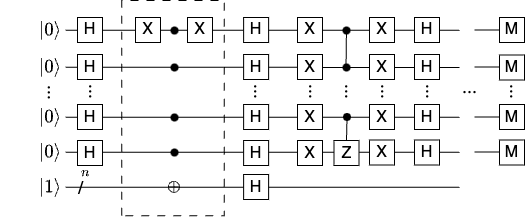
Before: assets/grovers.png, a diagram exported from draw.io (abrege11/quantum-algorithm-education). Source tidied: cells renumbered, new cells last; positions are measured from the earlier drawing's top-left corner, leaving out a move shared by most shapes.
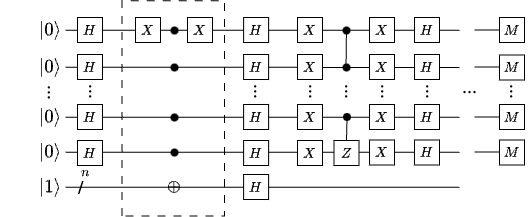
After the commit.

Diff of the diagram source:
```diff
@@ -50,22 +50,22 @@
     <mxCell id="13" value="&lt;font style=&quot;font-size: 20px;&quot;&gt;...&lt;/font&gt;" style="text;html=1;align=center;verticalAlign=top;strokeColor=none;fillColor=none;fontSize=20;strokeWidth=0;fontFamily=Times New Roman;rotation=-90;horizontal=1;" parent="1" vertex="1">
       <mxGeometry x="65" y="57" width="40" height="40" as="geometry" />
     </mxCell>
-    <mxCell id="14" value="&lt;font style=&quot;font-size: 16px;&quot;&gt;H&lt;/font&gt;" style="whiteSpace=wrap;html=1;" parent="1" vertex="1">
+    <mxCell id="14" value="$$H$$" style="whiteSpace=wrap;html=1;" parent="1" vertex="1">
       <mxGeometry x="77" y="39" width="25" height="25" as="geometry" />
     </mxCell>
-    <mxCell id="15" value="&lt;font style=&quot;font-size: 16px;&quot;&gt;H&lt;/font&gt;" style="whiteSpace=wrap;html=1;" parent="1" vertex="1">
+    <mxCell id="15" value="$$H$$" style="whiteSpace=wrap;html=1;" parent="1" vertex="1">
       <mxGeometry x="77" y="89" width="25" height="25" as="geometry" />
     </mxCell>
-    <mxCell id="16" value="&lt;font style=&quot;font-size: 16px;&quot;&gt;H&lt;/font&gt;" style="whiteSpace=wrap;html=1;" parent="1" vertex="1">
+    <mxCell id="16" value="$$H$$" style="whiteSpace=wrap;html=1;" parent="1" vertex="1">
       <mxGeometry x="77" y="125" width="25" height="25" as="geometry" />
     </mxCell>
-    <mxCell id="17" value="&lt;font style=&quot;font-size: 16px;&quot;&gt;M&lt;/font&gt;" style="whiteSpace=wrap;html=1;" parent="1" vertex="1">
+    <mxCell id="17" value="$$M$$" style="whiteSpace=wrap;html=1;" parent="1" vertex="1">
       <mxGeometry x="499" y="124.5" width="25" height="25" as="geometry" />
     </mxCell>
-    <mxCell id="18" value="&lt;font style=&quot;font-size: 16px;&quot;&gt;M&lt;/font&gt;" style="whiteSpace=wrap;html=1;" parent="1" vertex="1">
+    <mxCell id="18" value="$$M$$" style="whiteSpace=wrap;html=1;" parent="1" vertex="1">
       <mxGeometry x="499" y="89" width="25" height="25" as="geometry" />
     </mxCell>
-    <mxCell id="19" value="&lt;font style=&quot;font-size: 16px;&quot;&gt;M&lt;/font&gt;" style="whiteSpace=wrap;html=1;" parent="1" vertex="1">
+    <mxCell id="19" value="$$M$$" style="whiteSpace=wrap;html=1;" parent="1" vertex="1">
       <mxGeometry x="499" y="39.5" width="25" height="25" as="geometry" />
     </mxCell>
     <mxCell id="20" value="&lt;font style=&quot;font-size: 20px;&quot;&gt;...&lt;/font&gt;" style="text;html=1;align=center;verticalAlign=top;strokeColor=none;fillColor=none;fontSize=20;strokeWidth=0;fontFamily=Times New Roman;rotation=0;horizontal=1;" parent="1" vertex="1">
@@ -80,16 +80,16 @@
         <mxPoint x="459" y="14.7" as="targetPoint" />
       </mxGeometry>
     </mxCell>
-    <mxCell id="23" value="&lt;font style=&quot;font-size: 16px;&quot;&gt;H&lt;/font&gt;" style="whiteSpace=wrap;html=1;" parent="1" vertex="1">
+    <mxCell id="23" value="$$H$$" style="whiteSpace=wrap;html=1;" parent="1" vertex="1">
       <mxGeometry x="77" y="2" width="25" height="25" as="geometry" />
     </mxCell>
     <mxCell id="24" style="rounded=0;whiteSpace=wrap;html=1;rotation=90;direction=west;verticalAlign=middle;horizontal=0;fillColor=none;dashed=1;dashPattern=8 8;" parent="1" vertex="1">
       <mxGeometry x="65" y="41.5" width="215.2" height="102.5" as="geometry" />
     </mxCell>
-    <mxCell id="25" value="&lt;font style=&quot;font-size: 16px;&quot;&gt;X&lt;/font&gt;" style="whiteSpace=wrap;html=1;" parent="1" vertex="1">
+    <mxCell id="25" value="$$X$$" style="whiteSpace=wrap;html=1;" parent="1" vertex="1">
       <mxGeometry x="135" y="2" width="25" height="25" as="geometry" />
     </mxCell>
-    <mxCell id="26" value="&lt;font style=&quot;font-size: 16px;&quot;&gt;X&lt;/font&gt;" style="whiteSpace=wrap;html=1;" parent="1" vertex="1">
+    <mxCell id="26" value="$$X$$" style="whiteSpace=wrap;html=1;" parent="1" vertex="1">
       <mxGeometry x="187" y="2" width="25" height="25" as="geometry" />
     </mxCell>
     <mxCell id="27" style="shape=waypoint;sketch=0;fillStyle=solid;size=6;fillColor=none;perimeter=centerPerimeter;strokeWidth=2;" parent="1" vertex="1">
@@ -107,43 +107,43 @@
     <mxCell id="31" value="$$ \oplus $$" style="text;html=1;align=center;verticalAlign=middle;strokeColor=none;fillColor=none;strokeWidth=2;fontSize=15;" parent="1" vertex="1">
       <mxGeometry x="118" y="155.5" width="110" height="30" as="geometry" />
     </mxCell>
-    <mxCell id="32" value="&lt;font style=&quot;font-size: 16px;&quot;&gt;M&lt;/font&gt;" style="whiteSpace=wrap;html=1;" parent="1" vertex="1">
+    <mxCell id="32" value="$$M$$" style="whiteSpace=wrap;html=1;" parent="1" vertex="1">
       <mxGeometry x="499" y="2" width="25" height="25" as="geometry" />
     </mxCell>
-    <mxCell id="33" value="&lt;font style=&quot;font-size: 16px;&quot;&gt;H&lt;/font&gt;" style="whiteSpace=wrap;html=1;" parent="1" vertex="1">
+    <mxCell id="33" value="$$H$$" style="whiteSpace=wrap;html=1;" parent="1" vertex="1">
       <mxGeometry x="243.1" y="2" width="25" height="25" as="geometry" />
     </mxCell>
-    <mxCell id="34" value="&lt;font style=&quot;font-size: 16px;&quot;&gt;H&lt;/font&gt;" style="whiteSpace=wrap;html=1;" parent="1" vertex="1">
+    <mxCell id="34" value="$$H$$" style="whiteSpace=wrap;html=1;" parent="1" vertex="1">
       <mxGeometry x="243.1" y="39" width="25" height="25" as="geometry" />
     </mxCell>
-    <mxCell id="35" value="&lt;font style=&quot;font-size: 16px;&quot;&gt;H&lt;/font&gt;" style="whiteSpace=wrap;html=1;" parent="1" vertex="1">
+    <mxCell id="35" value="$$H$$" style="whiteSpace=wrap;html=1;" parent="1" vertex="1">
       <mxGeometry x="243.1" y="125" width="25" height="25" as="geometry" />
     </mxCell>
-    <mxCell id="36" value="&lt;font style=&quot;font-size: 16px;&quot;&gt;H&lt;/font&gt;" style="whiteSpace=wrap;html=1;" parent="1" vertex="1">
+    <mxCell id="36" value="$$H$$" style="whiteSpace=wrap;html=1;" parent="1" vertex="1">
       <mxGeometry x="243.1" y="89" width="25" height="25" as="geometry" />
     </mxCell>
     <mxCell id="37" value="&lt;font style=&quot;font-size: 20px;&quot;&gt;...&lt;/font&gt;" style="text;html=1;align=center;verticalAlign=top;strokeColor=none;fillColor=none;fontSize=20;strokeWidth=0;fontFamily=Times New Roman;rotation=-90;horizontal=1;" parent="1" vertex="1">
       <mxGeometry x="230" y="57" width="40" height="40" as="geometry" />
     </mxCell>
-    <mxCell id="38" value="&lt;font style=&quot;font-size: 16px;&quot;&gt;X&lt;/font&gt;" style="whiteSpace=wrap;html=1;" parent="1" vertex="1">
+    <mxCell id="38" value="$$X$$" style="whiteSpace=wrap;html=1;" parent="1" vertex="1">
       <mxGeometry x="297" y="2" width="25" height="25" as="geometry" />
     </mxCell>
-    <mxCell id="39" value="&lt;font style=&quot;font-size: 16px;&quot;&gt;X&lt;/font&gt;" style="whiteSpace=wrap;html=1;" parent="1" vertex="1">
+    <mxCell id="39" value="$$X$$" style="whiteSpace=wrap;html=1;" parent="1" vertex="1">
       <mxGeometry x="297" y="39" width="25" height="25" as="geometry" />
     </mxCell>
-    <mxCell id="40" value="&lt;font style=&quot;font-size: 16px;&quot;&gt;X&lt;/font&gt;" style="whiteSpace=wrap;html=1;" parent="1" vertex="1">
+    <mxCell id="40" value="$$X$$" style="whiteSpace=wrap;html=1;" parent="1" vertex="1">
       <mxGeometry x="369" y="89" width="25" height="25" as="geometry" />
     </mxCell>
-    <mxCell id="41" value="&lt;font style=&quot;font-size: 16px;&quot;&gt;X&lt;/font&gt;" style="whiteSpace=wrap;html=1;" parent="1" vertex="1">
+    <mxCell id="41" value="$$X$$" style="whiteSpace=wrap;html=1;" parent="1" vertex="1">
       <mxGeometry x="297" y="89" width="25" height="25" as="geometry" />
     </mxCell>
-    <mxCell id="42" value="&lt;font style=&quot;font-size: 16px;&quot;&gt;X&lt;/font&gt;" style="whiteSpace=wrap;html=1;" parent="1" vertex="1">
+    <mxCell id="42" value="$$X$$" style="whiteSpace=wrap;html=1;" parent="1" vertex="1">
       <mxGeometry x="369" y="2" width="25" height="25" as="geometry" />
     </mxCell>
-    <mxCell id="43" value="&lt;font style=&quot;font-size: 16px;&quot;&gt;X&lt;/font&gt;" style="whiteSpace=wrap;html=1;" parent="1" vertex="1">
+    <mxCell id="43" value="$$X$$" style="whiteSpace=wrap;html=1;" parent="1" vertex="1">
       <mxGeometry x="369" y="39" width="25" height="25" as="geometry" />
     </mxCell>
-    <mxCell id="44" value="&lt;font style=&quot;font-size: 16px;&quot;&gt;Z&lt;/font&gt;" style="whiteSpace=wrap;html=1;" parent="1" vertex="1">
+    <mxCell id="44" value="$$Z$$" style="whiteSpace=wrap;html=1;" parent="1" vertex="1">
       <mxGeometry x="333.5" y="125" width="25" height="25" as="geometry" />
     </mxCell>
     <mxCell id="45" style="shape=waypoint;sketch=0;fillStyle=solid;size=6;fillColor=none;perimeter=centerPerimeter;strokeWidth=2;" parent="1" vertex="1">
@@ -158,19 +158,19 @@
         <mxPoint x="346" y="12" as="targetPoint" />
       </mxGeometry>
     </mxCell>
-    <mxCell id="48" value="&lt;font style=&quot;font-size: 16px;&quot;&gt;H&lt;/font&gt;" style="whiteSpace=wrap;html=1;" parent="1" vertex="1">
+    <mxCell id="48" value="$$H$$" style="whiteSpace=wrap;html=1;" parent="1" vertex="1">
       <mxGeometry x="414" y="2" width="25" height="25" as="geometry" />
     </mxCell>
-    <mxCell id="49" value="&lt;font style=&quot;font-size: 16px;&quot;&gt;H&lt;/font&gt;" style="whiteSpace=wrap;html=1;" parent="1" vertex="1">
+    <mxCell id="49" value="$$H$$" style="whiteSpace=wrap;html=1;" parent="1" vertex="1">
       <mxGeometry x="414" y="89" width="25" height="25" as="geometry" />
     </mxCell>
-    <mxCell id="50" value="&lt;font style=&quot;font-size: 16px;&quot;&gt;H&lt;/font&gt;" style="whiteSpace=wrap;html=1;" parent="1" vertex="1">
+    <mxCell id="50" value="$$H$$" style="whiteSpace=wrap;html=1;" parent="1" vertex="1">
       <mxGeometry x="414" y="39" width="25" height="25" as="geometry" />
     </mxCell>
-    <mxCell id="51" value="&lt;font style=&quot;font-size: 16px;&quot;&gt;X&lt;/font&gt;" style="whiteSpace=wrap;html=1;" parent="1" vertex="1">
+    <mxCell id="51" value="$$X$$" style="whiteSpace=wrap;html=1;" parent="1" vertex="1">
       <mxGeometry x="369" y="124.5" width="25" height="25" as="geometry" />
     </mxCell>
-    <mxCell id="52" value="&lt;font style=&quot;font-size: 16px;&quot;&gt;X&lt;/font&gt;" style="whiteSpace=wrap;html=1;" parent="1" vertex="1">
+    <mxCell id="52" value="$$X$$" style="whiteSpace=wrap;html=1;" parent="1" vertex="1">
       <mxGeometry x="297" y="125" width="25" height="25" as="geometry" />
     </mxCell>
     <mxCell id="53" style="shape=waypoint;sketch=0;fillStyle=solid;size=6;fillColor=none;perimeter=centerPerimeter;strokeWidth=2;" parent="1" vertex="1">
@@ -194,7 +194,7 @@
     <mxCell id="58" value="&lt;font style=&quot;font-size: 20px;&quot;&gt;...&lt;/font&gt;" style="text;html=1;align=center;verticalAlign=top;strokeColor=none;fillColor=none;fontSize=20;strokeWidth=0;fontFamily=Times New Roman;rotation=-90;horizontal=1;" parent="1" vertex="1">
       <mxGeometry x="402" y="57" width="40" height="40" as="geometry" />
     </mxCell>
-    <mxCell id="59" value="&lt;font style=&quot;font-size: 16px;&quot;&gt;H&lt;/font&gt;" style="whiteSpace=wrap;html=1;" parent="1" vertex="1">
+    <mxCell id="59" value="$$H$$" style="whiteSpace=wrap;html=1;" parent="1" vertex="1">
       <mxGeometry x="414" y="124.5" width="25" height="25" as="geometry" />
     </mxCell>
     <mxCell id="60" style="endArrow=none;html=1;rounded=0;" parent="1" edge="1">
@@ -224,7 +224,7 @@
     <mxCell id="64" value="&lt;font style=&quot;font-size: 20px;&quot;&gt;...&lt;/font&gt;" style="text;html=1;align=center;verticalAlign=top;strokeColor=none;fillColor=none;fontSize=20;strokeWidth=0;fontFamily=Times New Roman;rotation=-90;horizontal=1;" parent="1" vertex="1">
       <mxGeometry x="486" y="57" width="40" height="40" as="geometry" />
     </mxCell>
-    <mxCell id="65" value="&lt;font style=&quot;font-size: 16px;&quot;&gt;H&lt;/font&gt;" style="whiteSpace=wrap;html=1;" parent="1" vertex="1">
+    <mxCell id="65" value="$$H$$" style="whiteSpace=wrap;html=1;" parent="1" vertex="1">
       <mxGeometry x="243.1" y="159" width="25" height="25" as="geometry" />
     </mxCell>
   </root>
```
